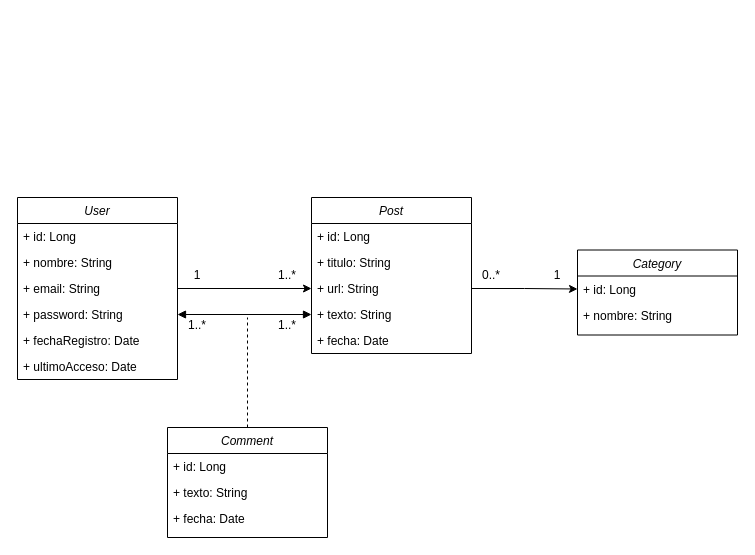
joseluisgs/Blog-Relacional-AccesoDatos-2021-2022 keeps this draw.io diagram as diagrams/Diagrams.drawio. Above is the earlier version. Source tidied: cells renumbered, new cells numbered last; positions are measured from the earlier drawing's top-left corner, leaving out a move shared by most shapes. Both pictures are drawn from the tidied source at 100%, with x=0, y=0 at pixel (17, 197).
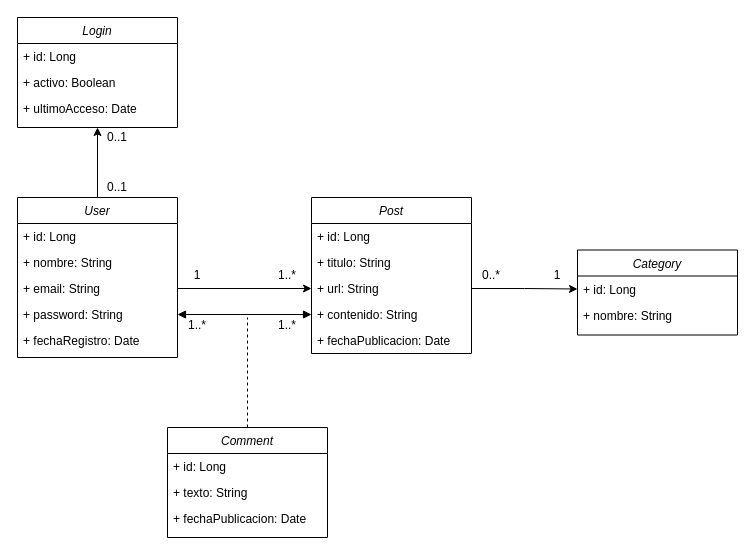
The same page after the edit.

Commit message (it also covers changes not shown here):
Actualización de diagramas

Unchanged cells that the change refers to:
```xml
<mxCell id="9" value="Post" style="swimlane;fontStyle=2;align=center;verticalAlign=top;horizontal=1;startSize=26;rounded=0;shadow=0;strokeWidth=1;" parent="1" vertex="1">
  <mxGeometry x="294" width="160" height="156" as="geometry" />
</mxCell>
<mxCell id="27" value="Comment" style="swimlane;fontStyle=2;align=center;verticalAlign=top;horizontal=1;startSize=26;rounded=0;shadow=0;strokeWidth=1;" parent="1" vertex="1">
  <mxGeometry x="150" y="230" width="160" height="110" as="geometry" />
</mxCell>
```

Change to the diagram source:
```diff
@@
+    <mxCell id="32" style="edgeStyle=orthogonalEdgeStyle;rounded=0;jettySize=auto;html=1;exitX=0.5;exitY=0;exitDx=0;exitDy=0;entryX=0.5;entryY=1;entryDx=0;entryDy=0;" parent="1" edge="1" source="2" target="33">
+      <mxGeometry relative="1" as="geometry" />
+    </mxCell>
     <mxCell id="2" value="User" style="swimlane;fontStyle=2;align=center;verticalAlign=top;horizontal=1;startSize=26;rounded=0;shadow=0;strokeWidth=1;" parent="1" vertex="1">
-      <mxGeometry width="160" height="182" as="geometry" />
+      <mxGeometry width="160" height="160" as="geometry" />
     </mxCell>
@@
-    <mxCell id="8" value="+ ultimoAcceso: Date" style="text;strokeColor=none;fillColor=none;align=left;verticalAlign=top;spacingLeft=4;spacingRight=4;overflow=hidden;" parent="2" vertex="1">
-      <mxGeometry y="156" width="160" height="26" as="geometry" />
-    </mxCell>
@@
-    <mxCell id="13" value="+ texto: String" style="text;strokeColor=none;fillColor=none;align=left;verticalAlign=top;spacingLeft=4;spacingRight=4;overflow=hidden;" parent="9" vertex="1">
+    <mxCell id="13" value="+ contenido: String" style="text;strokeColor=none;fillColor=none;align=left;verticalAlign=top;spacingLeft=4;spacingRight=4;overflow=hidden;" parent="9" vertex="1">
       <mxGeometry y="104" width="160" height="26" as="geometry" />
     </mxCell>
-    <mxCell id="14" value="+ fecha: Date" style="text;strokeColor=none;fillColor=none;align=left;verticalAlign=top;spacingLeft=4;spacingRight=4;overflow=hidden;" parent="9" vertex="1">
+    <mxCell id="14" value="+ fechaPublicacion: Date" style="text;strokeColor=none;fillColor=none;align=left;verticalAlign=top;spacingLeft=4;spacingRight=4;overflow=hidden;" parent="9" vertex="1">
       <mxGeometry y="130" width="160" height="26" as="geometry" />
     </mxCell>
@@
-    <mxCell id="30" value="+ fecha: Date" style="text;strokeColor=none;fillColor=none;align=left;verticalAlign=top;spacingLeft=4;spacingRight=4;overflow=hidden;" parent="27" vertex="1">
+    <mxCell id="30" value="+ fechaPublicacion: Date" style="text;strokeColor=none;fillColor=none;align=left;verticalAlign=top;spacingLeft=4;spacingRight=4;overflow=hidden;" parent="27" vertex="1">
       <mxGeometry y="78" width="160" height="26" as="geometry" />
     </mxCell>
@@
+    <mxCell id="33" value="Login" style="swimlane;fontStyle=2;align=center;verticalAlign=top;horizontal=1;startSize=26;rounded=0;shadow=0;strokeWidth=1;" parent="1" vertex="1">
+      <mxGeometry y="-180" width="160" height="110" as="geometry" />
+    </mxCell>
+    <mxCell id="34" value="+ id: Long" style="text;strokeColor=none;fillColor=none;align=left;verticalAlign=top;spacingLeft=4;spacingRight=4;overflow=hidden;" parent="33" vertex="1">
+      <mxGeometry y="26" width="160" height="26" as="geometry" />
+    </mxCell>
+    <mxCell id="35" value="+ activo: Boolean" style="text;strokeColor=none;fillColor=none;align=left;verticalAlign=top;spacingLeft=4;spacingRight=4;overflow=hidden;" parent="33" vertex="1">
+      <mxGeometry y="52" width="160" height="26" as="geometry" />
+    </mxCell>
+    <mxCell id="8" value="+ ultimoAcceso: Date" style="text;strokeColor=none;fillColor=none;align=left;verticalAlign=top;spacingLeft=4;spacingRight=4;overflow=hidden;" parent="33" vertex="1">
+      <mxGeometry y="78" width="160" height="26" as="geometry" />
+    </mxCell>
+    <mxCell id="36" value="0..1" style="text;html=1;strokeColor=none;fillColor=none;align=center;verticalAlign=middle;whiteSpace=wrap;rounded=0;" parent="1" vertex="1">
+      <mxGeometry x="80" y="-70" width="40" height="20" as="geometry" />
+    </mxCell>
+    <mxCell id="37" value="0..1" style="text;html=1;strokeColor=none;fillColor=none;align=center;verticalAlign=middle;whiteSpace=wrap;rounded=0;" parent="1" vertex="1">
+      <mxGeometry x="80" y="-20" width="40" height="20" as="geometry" />
+    </mxCell>
```
